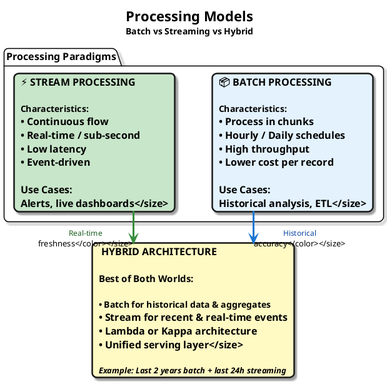
Before: diagrams/week01/week1_core_concepts_2.png, a diagram exported from PlantUML (OrPerets/data-engineering-course).
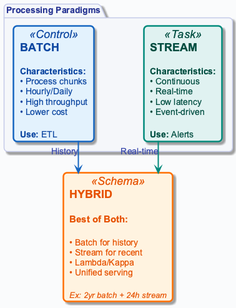
The same file after the commit.

The edit, as a diff of the source:
```diff
@@ -1,35 +1,16 @@
 @startuml
+!include ../_template_styles.puml
 top to bottom direction
-skinparam defaultFontName "Segoe UI, Helvetica, sans-serif"
-skinparam defaultFontSize 16
-skinparam roundcorner 15
-skinparam shadowing true
-skinparam linetype ortho
-skinparam nodesep 60
-skinparam ranksep 50
 
-skinparam card {
-    FontStyle bold
-    Padding 30
-    BorderThickness 2.5
+package "Processing Paradigms" {
+    card "**BATCH**\n\n<size:14><b>Characteristics:</b></size>\n<size:14>• Process chunks</size>\n<size:14>• Hourly/Daily</size>\n<size:14>• High throughput</size>\n<size:14>• Lower cost</size>\n\n<size:14><b>Use:</b> ETL</size>" as B <<Control>>
+
+    card "**STREAM**\n\n<size:14><b>Characteristics:</b></size>\n<size:14>• Continuous</size>\n<size:14>• Real-time</size>\n<size:14>• Low latency</size>\n<size:14>• Event-driven</size>\n\n<size:14><b>Use:</b> Alerts</size>" as S <<Task>>
 }
 
-skinparam arrow {
-    Thickness 2.5
-    FontSize 13
-}
+card "**HYBRID**\n\n<size:15><b>Best of Both:</b></size>\n\n<size:14>• Batch for history</size>\n<size:14>• Stream for recent</size>\n<size:14>• Lambda/Kappa</size>\n<size:14>• Unified serving</size>\n\n<size:13><i>Ex: 2yr batch + 24h stream</i></size>" as H <<Schema>>
 
-title <size:22><b>Processing Models</b></size>\n<size:14>Batch vs Streaming vs Hybrid</size>
-
-package "Processing Paradigms" {
-    card "📦 **BATCH PROCESSING**\n\n<size:14><b>Characteristics:</b>\n• Process in chunks\n• Hourly / Daily schedules\n• High throughput\n• Lower cost per record\n\n<b>Use Cases:</b>\nHistorical analysis, ETL</size>" as B #E3F2FD
-
-    card "⚡ **STREAM PROCESSING**\n\n<size:14><b>Characteristics:</b>\n• Continuous flow\n• Real-time / sub-second\n• Low latency\n• Event-driven\n\n<b>Use Cases:</b>\nAlerts, live dashboards</size>" as S #C8E6C9
-}
-
-card "🔄 **HYBRID ARCHITECTURE**\n\n<size:15><b>Best of Both Worlds:</b></size>\n\n<size:14>• Batch for historical data & aggregates\n• Stream for recent & real-time events\n• Lambda or Kappa architecture\n• Unified serving layer</size>\n\n<size:13><i>Example: Last 2 years batch + last 24h streaming</i></size>" as H #FFF9C4
-
-B -[#1976D2,thickness=3]-> H : <size:12><color:#0D47A1>Historical\naccuracy</color></size>
-S -[#388E3C,thickness=3]-> H : <size:12><color:#1B5E20>Real-time\nfreshness</color></size>
+B -down[#1565C0,thickness=2]-> H : <color:#3949AB>History</color>
+S -down[#00897B,thickness=2]-> H : <color:#3949AB>Real-time</color>
 
 @enduml
```
